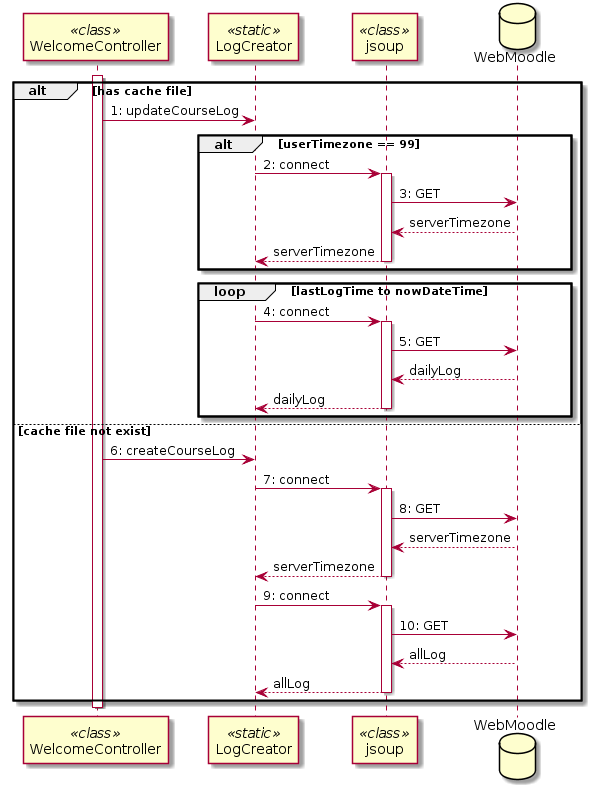
This is latex/img/diagrama_secuencia_logs.png from yjx0003/UBUMonitor, a PlantUML export, as it was before one commit.
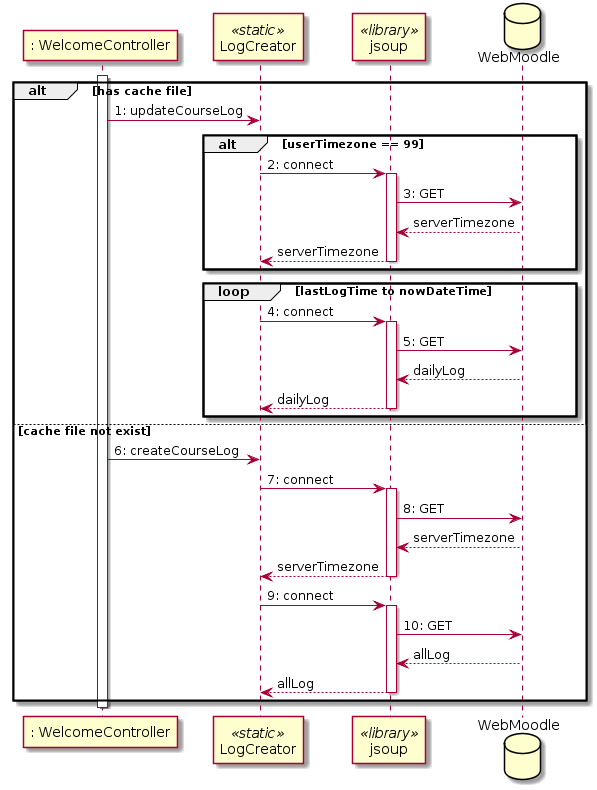
After the commit.

Diff of the diagram source:
```diff
@@ -1,7 +1,7 @@
 @startuml
-participant WelcomeController <<class>>
+participant ": WelcomeController" as WelcomeController
 participant LogCreator <<static>>
-participant jsoup <<class>>
+participant jsoup <<library>>
 
 database WebMoodle
 
@@ -44,9 +44,6 @@
 LogCreator <-- jsoup : allLog
 deactivate jsoup
 
-
-
-
 end
 deactivate WelcomeController
 @enduml
```
